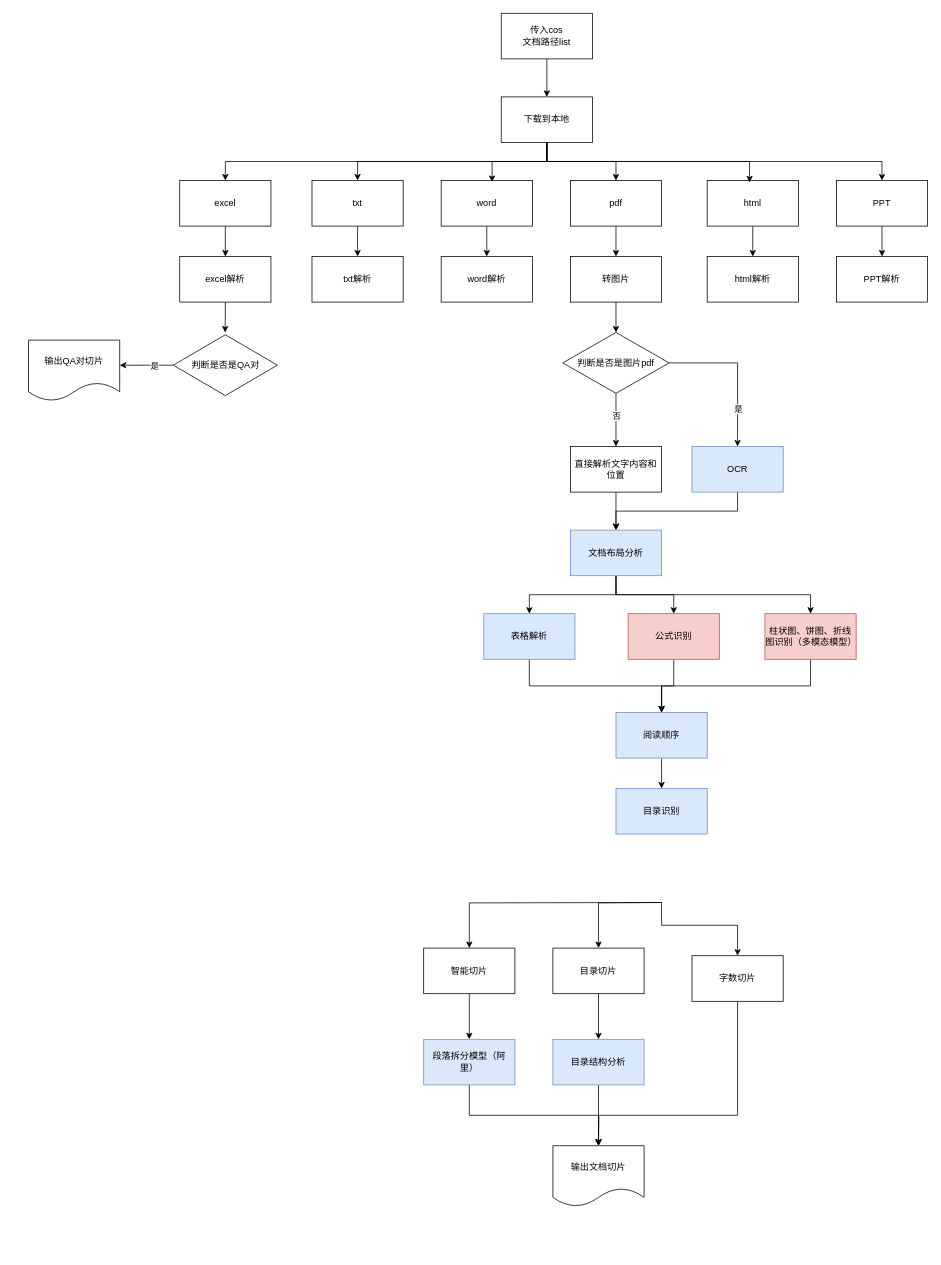
Before: Untitled Diagram.drawio in archwolf118/AI, a draw.io diagram. Source tidied: cells renumbered, new cells numbered last; positions are measured from the earlier drawing's top-left corner, leaving out a move shared by most shapes. Both pictures are drawn from the tidied source at 76%, with x=0, y=0 at pixel (28, 13).
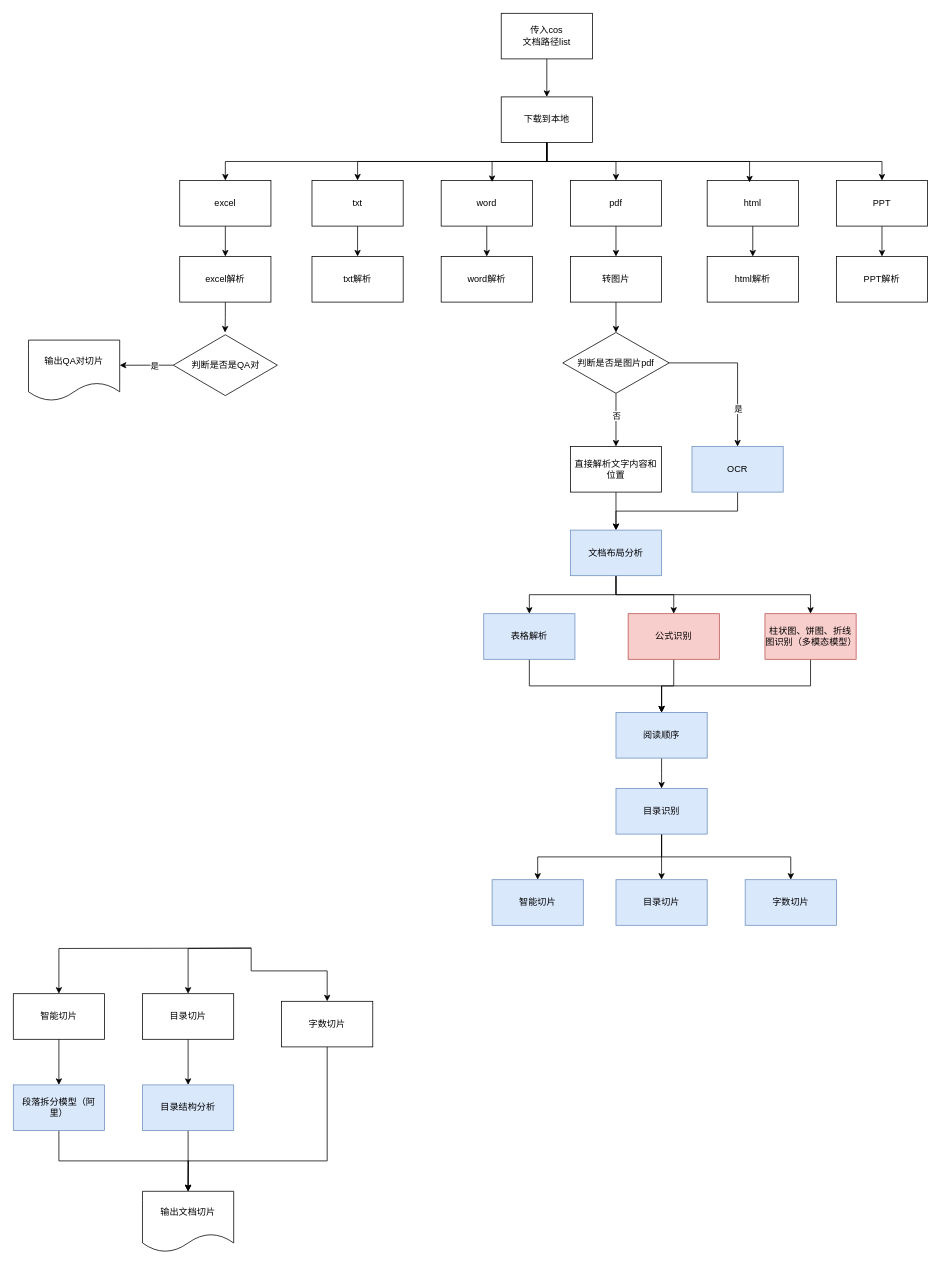
The same page after the edit.

The change refers to these unchanged cells:
```xml
<mxCell id="70" value="目录识别" style="rounded=0;whiteSpace=wrap;html=1;fillColor=#dae8fc;strokeColor=#6c8ebf;" parent="1" vertex="1">
  <mxGeometry x="773" y="1020" width="120" height="60" as="geometry" />
</mxCell>
```

Diff of the diagram source:
```diff
@@
     <mxCell id="56" style="edgeStyle=orthogonalEdgeStyle;rounded=0;jettySize=auto;html=1;exitX=0.5;exitY=1;exitDx=0;exitDy=0;entryX=0.5;entryY=0;entryDx=0;entryDy=0;" parent="1" edge="1" target="60">
       <mxGeometry relative="1" as="geometry">
-        <mxPoint x="833" y="1170" as="sourcePoint" />
+        <mxPoint x="293" y="1230" as="sourcePoint" />
       </mxGeometry>
     </mxCell>
     <mxCell id="57" style="edgeStyle=orthogonalEdgeStyle;rounded=0;jettySize=auto;html=1;exitX=0.5;exitY=1;exitDx=0;exitDy=0;entryX=0.5;entryY=0;entryDx=0;entryDy=0;" parent="1" edge="1" target="62">
       <mxGeometry relative="1" as="geometry">
-        <mxPoint x="833" y="1170" as="sourcePoint" />
+        <mxPoint x="293" y="1230" as="sourcePoint" />
         <Array as="points">
-          <mxPoint x="833" y="1200" />
-          <mxPoint x="933" y="1200" />
+          <mxPoint x="293" y="1260" />
+          <mxPoint x="393" y="1260" />
         </Array>
       </mxGeometry>
     </mxCell>
     <mxCell id="58" style="edgeStyle=orthogonalEdgeStyle;rounded=0;jettySize=auto;html=1;exitX=0.5;exitY=1;exitDx=0;exitDy=0;" parent="1" edge="1" target="64">
       <mxGeometry relative="1" as="geometry">
-        <mxPoint x="833" y="1170" as="sourcePoint" />
+        <mxPoint x="293" y="1230" as="sourcePoint" />
       </mxGeometry>
     </mxCell>
@@
     <mxCell id="60" value="目录切片" style="rounded=0;whiteSpace=wrap;html=1;" parent="1" vertex="1">
-      <mxGeometry x="690" y="1230" width="120" height="60" as="geometry" />
+      <mxGeometry x="150" y="1290" width="120" height="60" as="geometry" />
     </mxCell>
     <mxCell id="61" style="edgeStyle=orthogonalEdgeStyle;rounded=0;jettySize=auto;html=1;exitX=0.5;exitY=1;exitDx=0;exitDy=0;entryX=0.5;entryY=0;entryDx=0;entryDy=0;" parent="1" edge="1" source="62" target="67">
       <mxGeometry relative="1" as="geometry">
         <Array as="points">
-          <mxPoint x="933" y="1450" />
-          <mxPoint x="750" y="1450" />
+          <mxPoint x="393" y="1510" />
+          <mxPoint x="210" y="1510" />
         </Array>
       </mxGeometry>
     </mxCell>
     <mxCell id="62" value="字数切片" style="rounded=0;whiteSpace=wrap;html=1;" parent="1" vertex="1">
-      <mxGeometry x="873" y="1240" width="120" height="60" as="geometry" />
+      <mxGeometry x="333" y="1300" width="120" height="60" as="geometry" />
     </mxCell>
@@
     <mxCell id="64" value="智能切片" style="rounded=0;whiteSpace=wrap;html=1;" parent="1" vertex="1">
-      <mxGeometry x="520" y="1230" width="120" height="60" as="geometry" />
+      <mxGeometry x="-20" y="1290" width="120" height="60" as="geometry" />
     </mxCell>
@@
     <mxCell id="66" value="目录结构分析" style="rounded=0;whiteSpace=wrap;html=1;fillColor=#dae8fc;strokeColor=#6c8ebf;" parent="1" vertex="1">
-      <mxGeometry x="690" y="1350" width="120" height="60" as="geometry" />
+      <mxGeometry x="150" y="1410" width="120" height="60" as="geometry" />
     </mxCell>
     <mxCell id="67" value="输出文档切片" style="shape=document;whiteSpace=wrap;html=1;boundedLbl=1;" parent="1" vertex="1">
-      <mxGeometry x="690" y="1490" width="120" height="80" as="geometry" />
+      <mxGeometry x="150" y="1550" width="120" height="80" as="geometry" />
     </mxCell>
     <mxCell id="68" style="edgeStyle=orthogonalEdgeStyle;rounded=0;jettySize=auto;html=1;exitX=0.5;exitY=1;exitDx=0;exitDy=0;" parent="1" edge="1" source="69">
       <mxGeometry relative="1" as="geometry">
-        <mxPoint x="750" y="1490" as="targetPoint" />
+        <mxPoint x="210" y="1550" as="targetPoint" />
       </mxGeometry>
     </mxCell>
     <mxCell id="69" value="段落拆分模型（阿里&lt;span style=&quot;background-color: initial;&quot;&gt;）&lt;/span&gt;" style="rounded=0;whiteSpace=wrap;html=1;fillColor=#dae8fc;strokeColor=#6c8ebf;" parent="1" vertex="1">
-      <mxGeometry x="520" y="1350" width="120" height="60" as="geometry" />
+      <mxGeometry x="-20" y="1410" width="120" height="60" as="geometry" />
     </mxCell>
+    <mxCell id="71" style="edgeStyle=orthogonalEdgeStyle;rounded=0;jettySize=auto;html=1;exitX=0.5;exitY=1;exitDx=0;exitDy=0;entryX=0.5;entryY=0;entryDx=0;entryDy=0;" parent="1" edge="1" source="70" target="74">
+      <mxGeometry relative="1" as="geometry" />
+    </mxCell>
+    <mxCell id="72" style="edgeStyle=orthogonalEdgeStyle;rounded=0;jettySize=auto;html=1;exitX=0.5;exitY=1;exitDx=0;exitDy=0;entryX=0.5;entryY=0;entryDx=0;entryDy=0;" parent="1" edge="1" source="70" target="75">
+      <mxGeometry relative="1" as="geometry" />
+    </mxCell>
+    <mxCell id="73" style="edgeStyle=orthogonalEdgeStyle;rounded=0;jettySize=auto;html=1;exitX=0.5;exitY=1;exitDx=0;exitDy=0;entryX=0.5;entryY=0;entryDx=0;entryDy=0;" parent="1" edge="1" source="70" target="76">
+      <mxGeometry relative="1" as="geometry" />
+    </mxCell>
@@
+    <mxCell id="74" value="智能切片" style="rounded=0;whiteSpace=wrap;html=1;fillColor=#dae8fc;strokeColor=#6c8ebf;" parent="1" vertex="1">
+      <mxGeometry x="610" y="1140" width="120" height="60" as="geometry" />
+    </mxCell>
+    <mxCell id="75" value="目录切片" style="rounded=0;whiteSpace=wrap;html=1;fillColor=#dae8fc;strokeColor=#6c8ebf;" parent="1" vertex="1">
+      <mxGeometry x="773" y="1140" width="120" height="60" as="geometry" />
+    </mxCell>
+    <mxCell id="76" value="字数切片" style="rounded=0;whiteSpace=wrap;html=1;fillColor=#dae8fc;strokeColor=#6c8ebf;" parent="1" vertex="1">
+      <mxGeometry x="943" y="1140" width="120" height="60" as="geometry" />
+    </mxCell>
```
